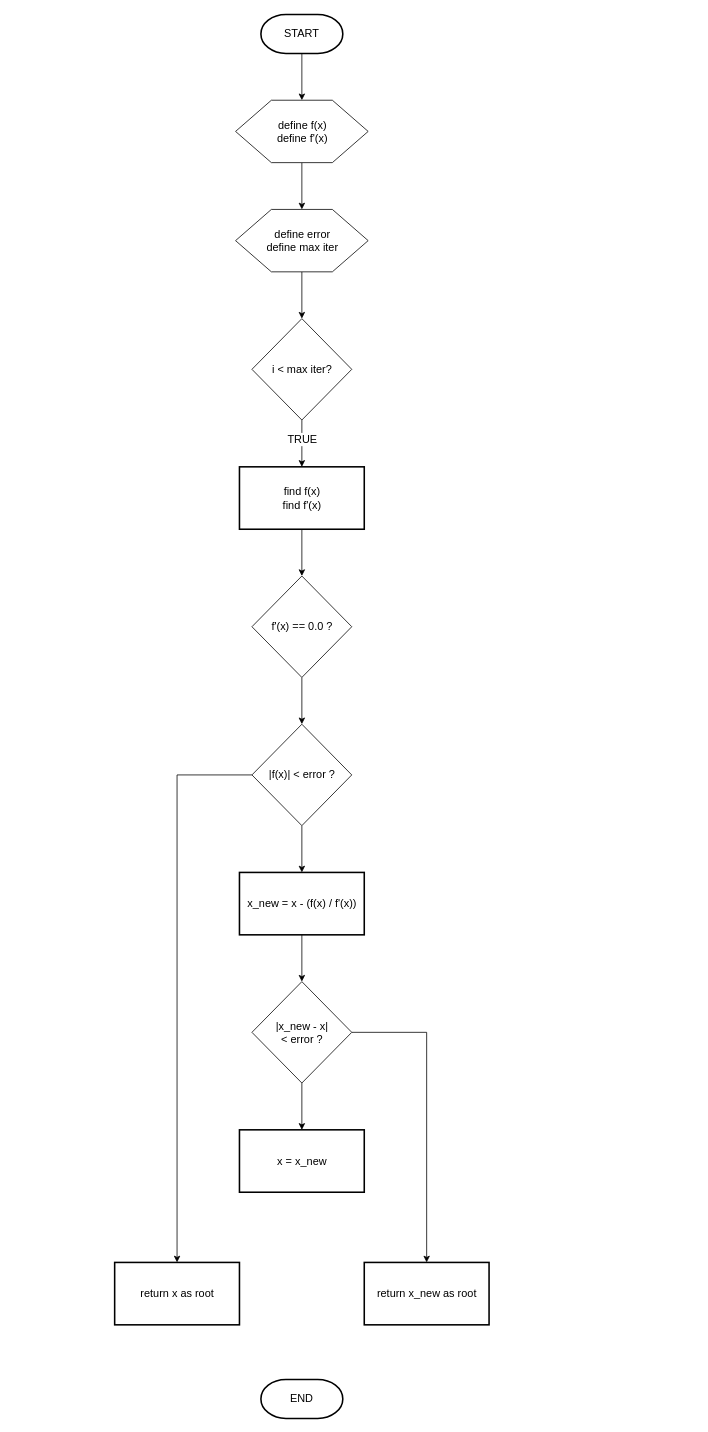
Before: newton-raphson/newton-raphson.drawio in HarisHerdiansyah/computational-math, a draw.io diagram. Source tidied: cells renumbered, new cells numbered last; positions are measured from the earlier drawing's top-left corner, leaving out a move shared by most shapes. Both pictures are drawn from the tidied source at 78%, with x=0, y=0 at pixel (114, 14).
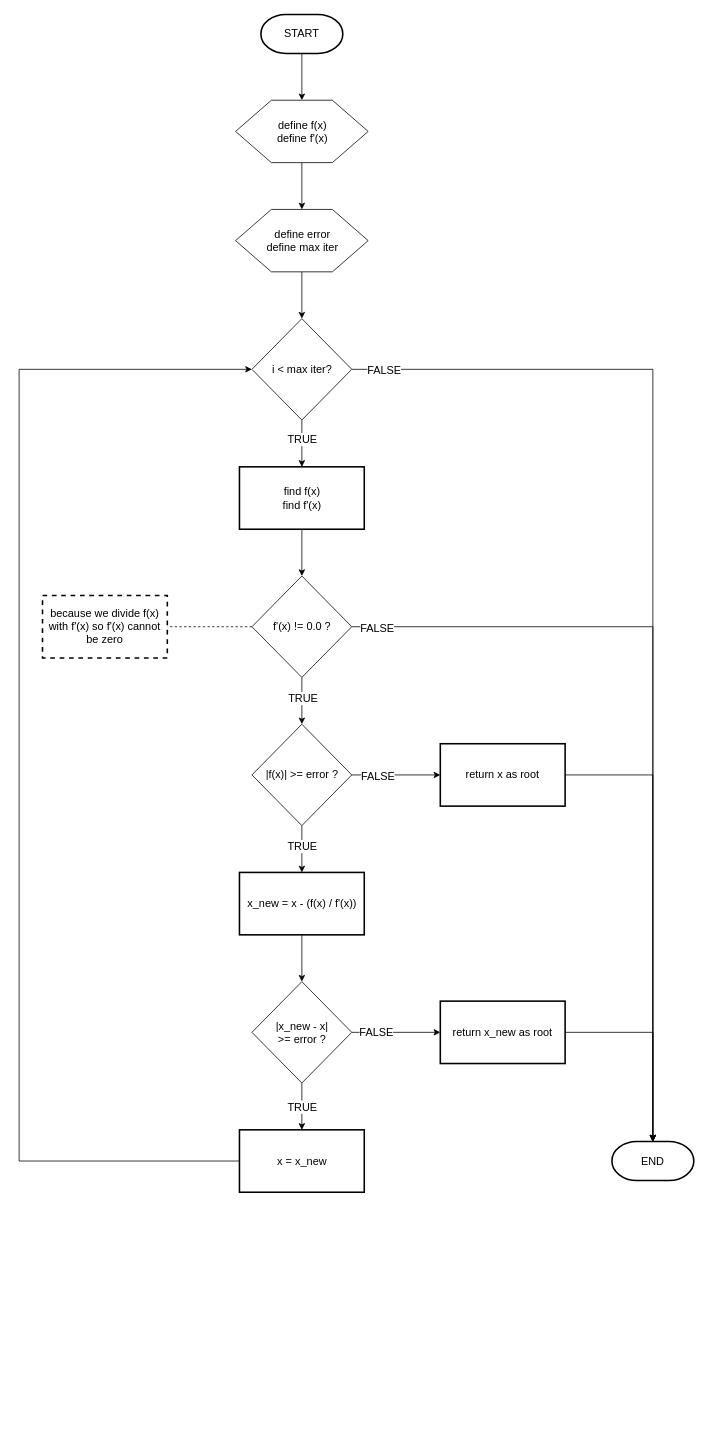
The same diagram, later.

Unchanged cells that the change refers to:
```xml
<mxCell id="10" value="&lt;div&gt;i &amp;lt; max iter?&lt;/div&gt;" style="rhombus;whiteSpace=wrap;html=1;fontSize=14;" parent="1" vertex="1">
  <mxGeometry x="176.5" y="390" width="128" height="130" as="geometry" />
</mxCell>
<mxCell id="13" style="edgeStyle=orthogonalEdgeStyle;rounded=0;jettySize=auto;html=1;" parent="1" edge="1" source="14" target="17">
  <mxGeometry relative="1" as="geometry" />
</mxCell>
<mxCell id="15" style="edgeStyle=orthogonalEdgeStyle;rounded=0;jettySize=auto;html=1;" parent="1" edge="1" source="17" target="19">
  <mxGeometry relative="1" as="geometry" />
</mxCell>
<mxCell id="20" style="edgeStyle=orthogonalEdgeStyle;rounded=0;jettySize=auto;html=1;" parent="1" edge="1" source="22" target="23">
  <mxGeometry relative="1" as="geometry" />
</mxCell>
<mxCell id="23" value="x = x_new" style="rounded=1;whiteSpace=wrap;html=1;absoluteArcSize=1;arcSize=0;strokeWidth=2;fontSize=14;" parent="1" vertex="1">
  <mxGeometry x="160.5" y="1430" width="160" height="80" as="geometry" />
</mxCell>
```

The edit, as a diff of the source:
```diff
@@
+    <mxCell id="27" value="&lt;font style=&quot;font-size: 14px;&quot;&gt;TRUE&lt;/font&gt;" style="edgeLabel;html=1;align=center;verticalAlign=middle;" parent="13" vertex="1">
+      <mxGeometry x="-0.14" y="1" relative="1" as="geometry" />
+    </mxCell>
+    <mxCell id="28" style="edgeStyle=orthogonalEdgeStyle;rounded=0;jettySize=auto;html=1;endArrow=none;endFill=0;dashed=1;" parent="1" edge="1" source="14" target="34">
+      <mxGeometry relative="1" as="geometry" />
+    </mxCell>
-    <mxCell id="14" value="f'(x) == 0.0 ?" style="rhombus;whiteSpace=wrap;html=1;fontSize=14;" parent="1" vertex="1">
+    <mxCell id="14" value="f'(x) != 0.0 ?" style="rhombus;whiteSpace=wrap;html=1;fontSize=14;" parent="1" vertex="1">
       <mxGeometry x="176.5" y="720" width="128" height="130" as="geometry" />
     </mxCell>
@@
+    <mxCell id="29" value="&lt;span style=&quot;font-size: 14px;&quot;&gt;TRUE&lt;/span&gt;" style="edgeLabel;html=1;align=center;verticalAlign=middle;" parent="15" vertex="1">
+      <mxGeometry x="-0.12" relative="1" as="geometry" />
+    </mxCell>
-    <mxCell id="16" style="edgeStyle=orthogonalEdgeStyle;rounded=0;jettySize=auto;html=1;exitX=0;exitY=0.5;exitDx=0;exitDy=0;" parent="1" edge="1" source="17" target="24">
+    <mxCell id="16" style="edgeStyle=orthogonalEdgeStyle;rounded=0;jettySize=auto;html=1;" parent="1" edge="1" source="17" target="24">
       <mxGeometry relative="1" as="geometry" />
     </mxCell>
+    <mxCell id="30" value="&lt;font style=&quot;font-size: 14px;&quot;&gt;FALSE&lt;/font&gt;" style="edgeLabel;html=1;align=center;verticalAlign=middle;" parent="16" vertex="1">
+      <mxGeometry x="-0.41" y="-1" relative="1" as="geometry" />
+    </mxCell>
-    <mxCell id="17" value="|f(x)| &amp;lt; error ?" style="rhombus;whiteSpace=wrap;html=1;fontSize=14;" parent="1" vertex="1">
+    <mxCell id="17" value="|f(x)| &amp;gt;= error ?" style="rhombus;whiteSpace=wrap;html=1;fontSize=14;" parent="1" vertex="1">
       <mxGeometry x="176.5" y="910" width="128" height="130" as="geometry" />
     </mxCell>
@@
+    <mxCell id="31" value="&lt;font style=&quot;font-size: 14px;&quot;&gt;TRUE&lt;/font&gt;" style="edgeLabel;html=1;align=center;verticalAlign=middle;" parent="20" vertex="1">
+      <mxGeometry x="0.01" relative="1" as="geometry" />
+    </mxCell>
-    <mxCell id="21" style="edgeStyle=orthogonalEdgeStyle;rounded=0;jettySize=auto;html=1;exitX=1;exitY=0.5;exitDx=0;exitDy=0;entryX=0.5;entryY=0;entryDx=0;entryDy=0;" parent="1" edge="1" source="22" target="26">
+    <mxCell id="21" style="edgeStyle=orthogonalEdgeStyle;rounded=0;jettySize=auto;html=1;" parent="1" edge="1" source="22" target="26">
       <mxGeometry relative="1" as="geometry" />
     </mxCell>
+    <mxCell id="32" value="&lt;font style=&quot;font-size: 14px;&quot;&gt;FALSE&lt;/font&gt;" style="edgeLabel;html=1;align=center;verticalAlign=middle;" parent="21" vertex="1">
+      <mxGeometry x="-0.46" y="1" relative="1" as="geometry" />
+    </mxCell>
-    <mxCell id="22" value="|x_new - x|&lt;div&gt;&amp;lt; error ?&lt;/div&gt;" style="rhombus;whiteSpace=wrap;html=1;fontSize=14;" parent="1" vertex="1">
+    <mxCell id="22" value="|x_new - x|&lt;div&gt;&amp;gt;= error ?&lt;/div&gt;" style="rhombus;whiteSpace=wrap;html=1;fontSize=14;" parent="1" vertex="1">
       <mxGeometry x="176.5" y="1240" width="128" height="130" as="geometry" />
     </mxCell>
+    <mxCell id="33" style="edgeStyle=orthogonalEdgeStyle;rounded=0;jettySize=auto;html=1;exitX=0;exitY=0.5;exitDx=0;exitDy=0;entryX=0;entryY=0.5;entryDx=0;entryDy=0;" parent="1" edge="1" source="23" target="10">
+      <mxGeometry relative="1" as="geometry">
+        <Array as="points">
+          <mxPoint x="-122" y="1470" />
+          <mxPoint x="-122" y="455" />
+        </Array>
+      </mxGeometry>
+    </mxCell>
@@
     <mxCell id="24" value="return x as root" style="rounded=1;whiteSpace=wrap;html=1;absoluteArcSize=1;arcSize=0;strokeWidth=2;fontSize=14;" parent="1" vertex="1">
-      <mxGeometry x="0.5" y="1600" width="160" height="80" as="geometry" />
+      <mxGeometry x="418" y="935" width="160" height="80" as="geometry" />
     </mxCell>
+    <mxCell id="26" value="return x_new as root" style="rounded=1;whiteSpace=wrap;html=1;absoluteArcSize=1;arcSize=0;strokeWidth=2;fontSize=14;" parent="1" vertex="1">
+      <mxGeometry x="418" y="1265" width="160" height="80" as="geometry" />
+    </mxCell>
+    <mxCell id="34" value="because we divide f(x) with f'(x) so f'(x) cannot be zero" style="rounded=1;whiteSpace=wrap;html=1;absoluteArcSize=1;arcSize=0;strokeWidth=2;fontSize=14;dashed=1;" parent="1" vertex="1">
+      <mxGeometry x="-92" y="745" width="160" height="80" as="geometry" />
+    </mxCell>
     <mxCell id="25" value="END" style="strokeWidth=2;html=1;shape=mxgraph.flowchart.terminator;whiteSpace=wrap;fontSize=14;" parent="1" vertex="1">
-      <mxGeometry x="188" y="1750" width="105" height="50" as="geometry" />
+      <mxGeometry x="638" y="1445" width="105" height="50" as="geometry" />
     </mxCell>
-    <mxCell id="26" value="return x_new as root" style="rounded=1;whiteSpace=wrap;html=1;absoluteArcSize=1;arcSize=0;strokeWidth=2;fontSize=14;" parent="1" vertex="1">
-      <mxGeometry x="320.5" y="1600" width="160" height="80" as="geometry" />
-    </mxCell>
+    <mxCell id="35" style="edgeStyle=orthogonalEdgeStyle;rounded=0;jettySize=auto;html=1;exitX=1;exitY=0.5;exitDx=0;exitDy=0;entryX=0.5;entryY=0;entryDx=0;entryDy=0;entryPerimeter=0;" parent="1" edge="1" source="10" target="25">
+      <mxGeometry relative="1" as="geometry" />
+    </mxCell>
+    <mxCell id="36" value="&lt;font style=&quot;font-size: 14px;&quot;&gt;FALSE&lt;/font&gt;" style="edgeLabel;html=1;align=center;verticalAlign=middle;" parent="35" vertex="1">
+      <mxGeometry x="-0.94" y="-1" relative="1" as="geometry" />
+    </mxCell>
+    <mxCell id="37" style="edgeStyle=orthogonalEdgeStyle;rounded=0;jettySize=auto;html=1;exitX=1;exitY=0.5;exitDx=0;exitDy=0;entryX=0.5;entryY=0;entryDx=0;entryDy=0;entryPerimeter=0;" parent="1" edge="1" source="14" target="25">
+      <mxGeometry relative="1" as="geometry" />
+    </mxCell>
+    <mxCell id="38" value="&lt;font style=&quot;font-size: 14px;&quot;&gt;FALSE&lt;/font&gt;" style="edgeLabel;html=1;align=center;verticalAlign=middle;" parent="37" vertex="1">
+      <mxGeometry x="-0.94" y="-1" relative="1" as="geometry">
+        <mxPoint x="1" as="offset" />
+      </mxGeometry>
+    </mxCell>
+    <mxCell id="39" style="edgeStyle=orthogonalEdgeStyle;rounded=0;jettySize=auto;html=1;exitX=1;exitY=0.5;exitDx=0;exitDy=0;entryX=0.5;entryY=0;entryDx=0;entryDy=0;entryPerimeter=0;" parent="1" edge="1" source="24" target="25">
+      <mxGeometry relative="1" as="geometry" />
+    </mxCell>
+    <mxCell id="40" style="edgeStyle=orthogonalEdgeStyle;rounded=0;jettySize=auto;html=1;exitX=1;exitY=0.5;exitDx=0;exitDy=0;entryX=0.5;entryY=0;entryDx=0;entryDy=0;entryPerimeter=0;" parent="1" edge="1" source="26" target="25">
+      <mxGeometry relative="1" as="geometry" />
+    </mxCell>
```
